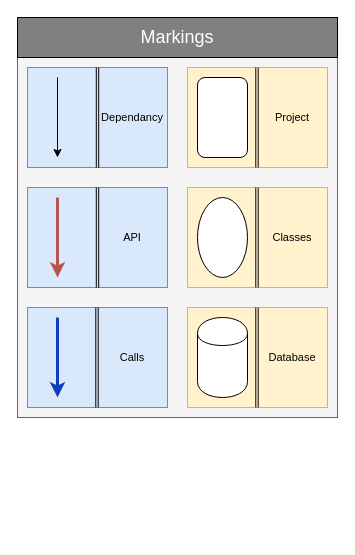
Narthal/QED keeps this draw.io diagram as page "Markings" (1 of 2) of docs/Project.drawio. Above is the earlier version. Source tidied: cells renumbered, new cells numbered last; positions are measured from the earlier drawing's top-left corner, leaving out a move shared by most shapes. Both pictures are drawn from the tidied source at 100%, with x=0, y=0 at pixel (17, 17).
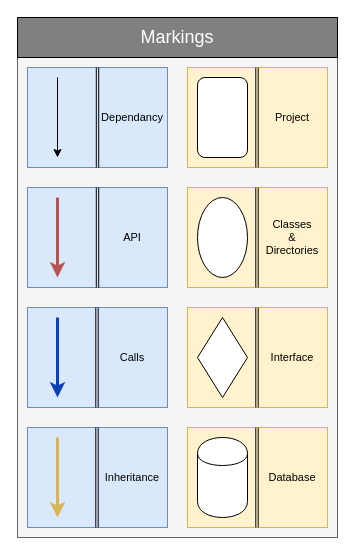
Above is the later version.

What changed in the source:
```diff
@@
     <mxCell id="2" style="rounded=0;whiteSpace=wrap;html=1;fontSize=11;align=center;fillColor=#f5f5f5;strokeColor=#666666;fontColor=#333333;" parent="1" vertex="1">
-      <mxGeometry y="40" width="320" height="360" as="geometry" />
+      <mxGeometry y="40" width="320" height="480" as="geometry" />
     </mxCell>
@@
     <mxCell id="18" style="rounded=0;whiteSpace=wrap;html=1;align=center;fillColor=#fff2cc;strokeColor=#d6b656;" parent="1" vertex="1">
-      <mxGeometry x="170" y="290" width="140" height="100" as="geometry" />
+      <mxGeometry x="170" y="410" width="140" height="100" as="geometry" />
     </mxCell>
     <mxCell id="19" style="shape=link;html=1;entryX=0.5;entryY=0;entryDx=0;entryDy=0;exitX=0.5;exitY=1;exitDx=0;exitDy=0;width=-2.3809523809523814;" parent="1" edge="1">
       <mxGeometry relative="1" as="geometry">
-        <mxPoint x="239.5" y="390" as="sourcePoint" />
-        <mxPoint x="239.5" y="290" as="targetPoint" />
+        <mxPoint x="239.5" y="510" as="sourcePoint" />
+        <mxPoint x="239.5" y="410" as="targetPoint" />
       </mxGeometry>
     </mxCell>
     <mxCell id="20" style="shape=cylinder;whiteSpace=wrap;html=1;boundedLbl=1;backgroundOutline=1;gradientColor=none;fontSize=11;align=center;" parent="1" vertex="1">
-      <mxGeometry x="180" y="300" width="50" height="80" as="geometry" />
+      <mxGeometry x="180" y="420" width="50" height="80" as="geometry" />
     </mxCell>
     <mxCell id="21" value="Database" style="text;html=1;strokeColor=none;fillColor=none;align=center;verticalAlign=middle;whiteSpace=wrap;rounded=0;fontSize=11;" parent="1" vertex="1">
-      <mxGeometry x="240" y="330" width="70" height="20" as="geometry" />
+      <mxGeometry x="240" y="450" width="70" height="20" as="geometry" />
     </mxCell>
@@
-    <mxCell id="27" value="Classes" style="text;html=1;strokeColor=none;fillColor=none;align=center;verticalAlign=middle;whiteSpace=wrap;rounded=0;fontSize=11;" parent="1" vertex="1">
+    <mxCell id="27" value="Classes&lt;br&gt;&amp;amp;&lt;br&gt;Directories" style="text;html=1;strokeColor=none;fillColor=none;align=center;verticalAlign=middle;whiteSpace=wrap;rounded=0;fontSize=11;" parent="1" vertex="1">
       <mxGeometry x="240" y="210" width="70" height="20" as="geometry" />
     </mxCell>
+    <mxCell id="28" style="rounded=0;whiteSpace=wrap;html=1;align=center;fillColor=#dae8fc;strokeColor=#6c8ebf;" parent="1" vertex="1">
+      <mxGeometry x="10" y="410" width="140" height="100" as="geometry" />
+    </mxCell>
+    <mxCell id="29" style="shape=link;html=1;entryX=0.5;entryY=0;entryDx=0;entryDy=0;exitX=0.5;exitY=1;exitDx=0;exitDy=0;width=-2.3809523809523814;" parent="1" edge="1">
+      <mxGeometry relative="1" as="geometry">
+        <mxPoint x="79.5" y="510" as="sourcePoint" />
+        <mxPoint x="79.5" y="410" as="targetPoint" />
+      </mxGeometry>
+    </mxCell>
+    <mxCell id="30" style="endArrow=classic;html=1;fillColor=#fff2cc;strokeColor=#d6b656;comic=0;rounded=0;strokeWidth=3;" parent="1" edge="1">
+      <mxGeometry relative="1" as="geometry">
+        <mxPoint x="40" y="420" as="sourcePoint" />
+        <mxPoint x="40" y="500" as="targetPoint" />
+      </mxGeometry>
+    </mxCell>
+    <mxCell id="31" value="Inheritance" style="text;html=1;strokeColor=none;fillColor=none;align=center;verticalAlign=middle;whiteSpace=wrap;rounded=0;fontSize=11;" parent="1" vertex="1">
+      <mxGeometry x="80" y="450" width="70" height="20" as="geometry" />
+    </mxCell>
+    <mxCell id="32" style="rounded=0;whiteSpace=wrap;html=1;align=center;fillColor=#fff2cc;strokeColor=#d6b656;" parent="1" vertex="1">
+      <mxGeometry x="170" y="290" width="140" height="100" as="geometry" />
+    </mxCell>
+    <mxCell id="33" style="shape=link;html=1;entryX=0.5;entryY=0;entryDx=0;entryDy=0;exitX=0.5;exitY=1;exitDx=0;exitDy=0;width=-2.3809523809523814;" parent="1" edge="1">
+      <mxGeometry relative="1" as="geometry">
+        <mxPoint x="239.5" y="390" as="sourcePoint" />
+        <mxPoint x="239.5" y="290" as="targetPoint" />
+      </mxGeometry>
+    </mxCell>
+    <mxCell id="34" value="Interface" style="text;html=1;strokeColor=none;fillColor=none;align=center;verticalAlign=middle;whiteSpace=wrap;rounded=0;fontSize=11;" parent="1" vertex="1">
+      <mxGeometry x="240" y="330" width="70" height="20" as="geometry" />
+    </mxCell>
+    <mxCell id="35" style="rhombus;whiteSpace=wrap;html=1;strokeColor=#000000;align=center;" parent="1" vertex="1">
+      <mxGeometry x="180" y="300" width="50" height="80" as="geometry" />
+    </mxCell>
```
